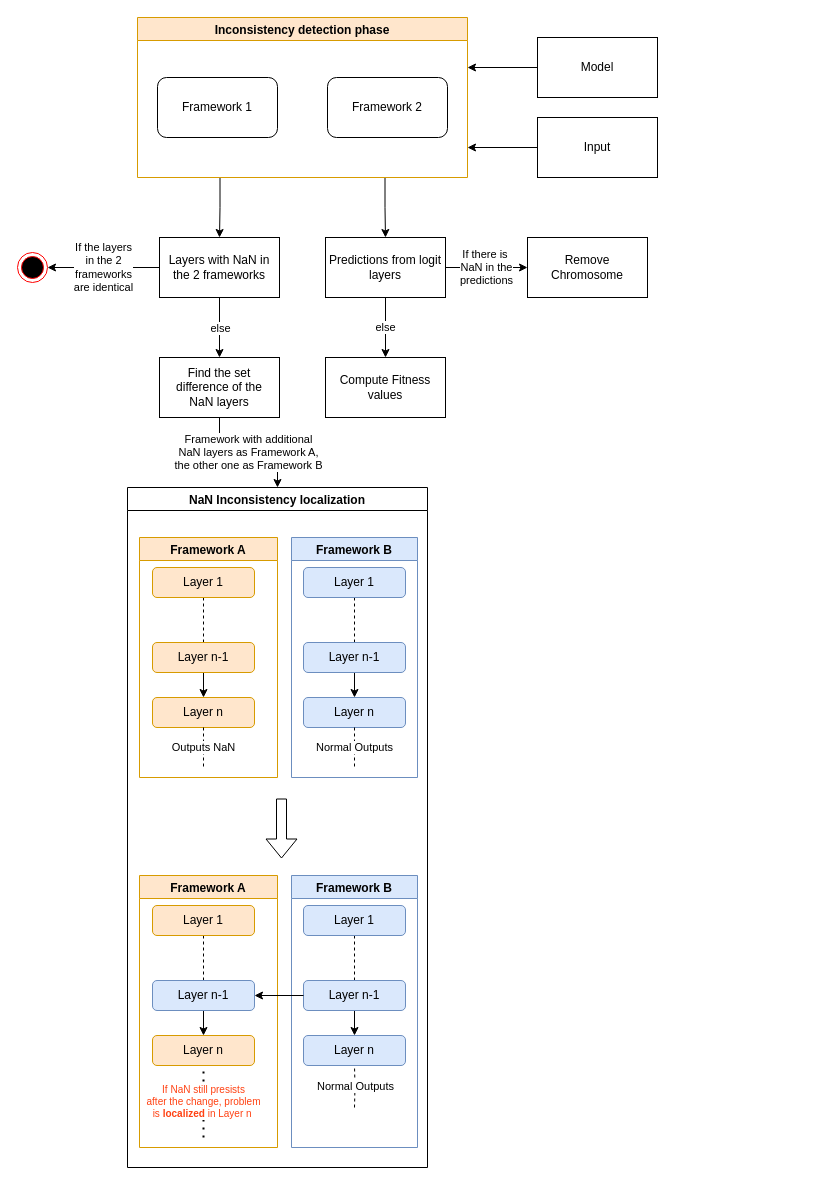
This is GA/dev_2/NaN_Inconsistency_detect.drawio from kelvinlyy/DCDT, a draw.io file, before an edit. Source tidied: cells renumbered, new cells numbered last; positions are measured from the earlier drawing's top-left corner, leaving out a move shared by most shapes. Both pictures are drawn from the tidied source at 100%, with x=0, y=0 at pixel (17, 17).
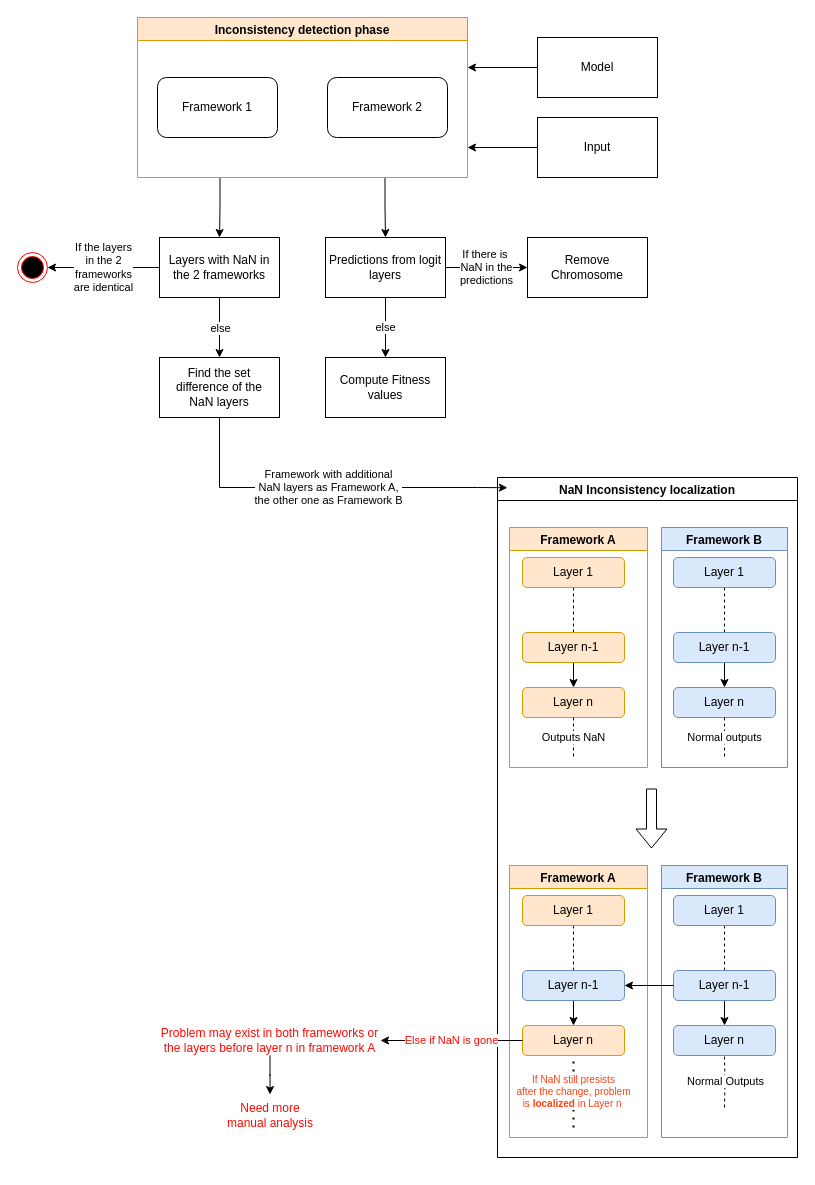
The same page after the edit.

Unchanged cells that the change refers to:
```xml
<mxCell id="8" value="Layer n" style="rounded=1;whiteSpace=wrap;html=1;labelBackgroundColor=none;labelBorderColor=none;fillColor=#ffe6cc;strokeColor=#d79b00;" parent="3" vertex="1">
  <mxGeometry x="13" y="160" width="102" height="30" as="geometry" />
</mxCell>
<mxCell id="14" value="Layer n" style="rounded=1;whiteSpace=wrap;html=1;labelBackgroundColor=none;labelBorderColor=none;fillColor=#dae8fc;strokeColor=#6c8ebf;" parent="9" vertex="1">
  <mxGeometry x="12" y="160" width="102" height="30" as="geometry" />
</mxCell>
<mxCell id="20" value="Layer n" style="rounded=1;whiteSpace=wrap;html=1;labelBackgroundColor=none;labelBorderColor=none;fillColor=#ffe6cc;strokeColor=#d79b00;" parent="15" vertex="1">
  <mxGeometry x="13" y="160" width="102" height="30" as="geometry" />
</mxCell>
<mxCell id="26" value="Layer n" style="rounded=1;whiteSpace=wrap;html=1;labelBackgroundColor=none;labelBorderColor=none;fillColor=#dae8fc;strokeColor=#6c8ebf;" parent="21" vertex="1">
  <mxGeometry x="12" y="160" width="102" height="30" as="geometry" />
</mxCell>
<mxCell id="49" value="Find the set difference of the &lt;br&gt;NaN layers" style="rounded=0;whiteSpace=wrap;html=1;labelBackgroundColor=none;labelBorderColor=none;" parent="1" vertex="1">
  <mxGeometry x="142" y="340" width="120" height="60" as="geometry" />
</mxCell>
```

Diff of the diagram source:
```diff
@@
     <mxCell id="2" value="NaN Inconsistency localization" style="swimlane;" parent="1" vertex="1">
-      <mxGeometry x="110" y="470" width="300" height="680" as="geometry" />
+      <mxGeometry x="480" y="460" width="300" height="680" as="geometry" />
     </mxCell>
@@
-    <mxCell id="48" value="Framework&amp;nbsp;with additional &lt;br&gt;NaN&amp;nbsp;layers as Framework A,&lt;br&gt;the other one as Framework B" style="edgeStyle=orthogonalEdgeStyle;rounded=0;jettySize=auto;html=1;" parent="1" edge="1" source="49" target="2">
-      <mxGeometry relative="1" as="geometry" />
+    <mxCell id="48" value="Framework&amp;nbsp;with additional &lt;br&gt;NaN&amp;nbsp;layers as Framework A,&lt;br&gt;the other one as Framework B" style="edgeStyle=orthogonalEdgeStyle;rounded=0;jettySize=auto;html=1;entryX=0.033;entryY=0.015;entryDx=0;entryDy=0;entryPerimeter=0;" parent="1" edge="1" source="49" target="2">
+      <mxGeometry relative="1" as="geometry">
+        <Array as="points">
+          <mxPoint x="202" y="470" />
+          <mxPoint x="460" y="470" />
+        </Array>
+      </mxGeometry>
     </mxCell>
@@
-    <mxCell id="51" value="Outputs NaN" style="edgeStyle=orthogonalEdgeStyle;rounded=0;jettySize=auto;html=1;endArrow=none;endFill=0;dashed=1;" parent="1" edge="1" source="8">
+    <mxCell id="51" value="Outputs NaN" style="edgeStyle=orthogonalEdgeStyle;rounded=0;jettySize=auto;html=1;endArrow=none;endFill=0;dashed=1;exitX=0.5;exitY=1;exitDx=0;exitDy=0;" parent="1" edge="1" source="8">
       <mxGeometry relative="1" as="geometry">
-        <mxPoint x="186" y="750" as="targetPoint" />
+        <mxPoint x="556" y="740" as="targetPoint" />
       </mxGeometry>
     </mxCell>
-    <mxCell id="52" value="Normal Outputs" style="edgeStyle=orthogonalEdgeStyle;rounded=0;jettySize=auto;html=1;dashed=1;endArrow=none;endFill=0;" parent="1" edge="1" source="14">
-      <mxGeometry relative="1" as="geometry">
-        <mxPoint x="337" y="750" as="targetPoint" />
-      </mxGeometry>
-    </mxCell>
     <mxCell id="53" value="Normal Outputs" style="edgeStyle=orthogonalEdgeStyle;rounded=0;jettySize=auto;html=1;dashed=1;endArrow=none;endFill=0;entryX=0.5;entryY=1;entryDx=0;entryDy=0;" parent="1" edge="1" target="26">
       <mxGeometry relative="1" as="geometry">
-        <mxPoint x="337" y="1090" as="sourcePoint" />
+        <mxPoint x="707" y="1090" as="sourcePoint" />
       </mxGeometry>
     </mxCell>
+    <mxCell id="54" value="Normal outputs" style="edgeStyle=orthogonalEdgeStyle;rounded=0;jettySize=auto;html=1;endArrow=none;endFill=0;dashed=1;" parent="1" edge="1" source="14">
+      <mxGeometry relative="1" as="geometry">
+        <mxPoint x="707" y="740" as="targetPoint" />
+      </mxGeometry>
+    </mxCell>
+    <mxCell id="55" style="edgeStyle=orthogonalEdgeStyle;rounded=0;jettySize=auto;html=1;fontColor=#FF0800;endArrow=classic;endFill=1;" parent="1" edge="1" source="56" target="58">
+      <mxGeometry relative="1" as="geometry" />
+    </mxCell>
+    <mxCell id="56" value="Problem may exist in both frameworks or the layers before layer n in framework A" style="text;html=1;strokeColor=none;fillColor=none;align=center;verticalAlign=middle;whiteSpace=wrap;rounded=0;fontColor=#FF0800;" parent="1" vertex="1">
+      <mxGeometry x="142" y="1008" width="221" height="30" as="geometry" />
+    </mxCell>
+    <mxCell id="57" value="Else if NaN is gone" style="edgeStyle=orthogonalEdgeStyle;rounded=0;jettySize=auto;html=1;fontColor=#FF0800;endArrow=classic;endFill=1;" parent="1" edge="1" source="20" target="56">
+      <mxGeometry relative="1" as="geometry" />
+    </mxCell>
+    <mxCell id="58" value="Need more manual analysis" style="text;html=1;strokeColor=none;fillColor=none;align=center;verticalAlign=middle;whiteSpace=wrap;rounded=0;fontColor=#FF0800;" parent="1" vertex="1">
+      <mxGeometry x="203.5" y="1077" width="98" height="42" as="geometry" />
+    </mxCell>
```
